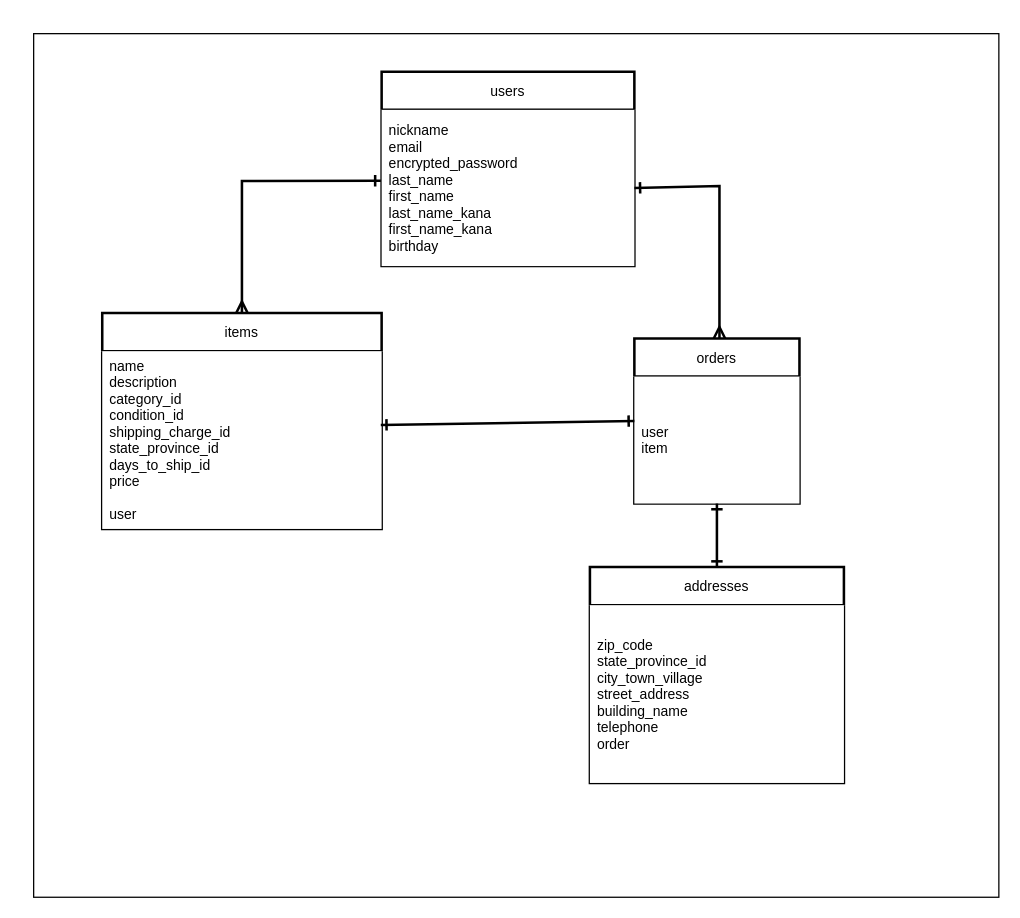
This is ER.dio from Ch1HIrO3/furima-40226, a draw.io file, before an edit. Source tidied: cells renumbered, new cells numbered last; positions are measured from the earlier drawing's top-left corner, leaving out a move shared by most shapes. Both pictures are drawn from the tidied source at 127%, with x=0, y=0 at pixel (33, 33).
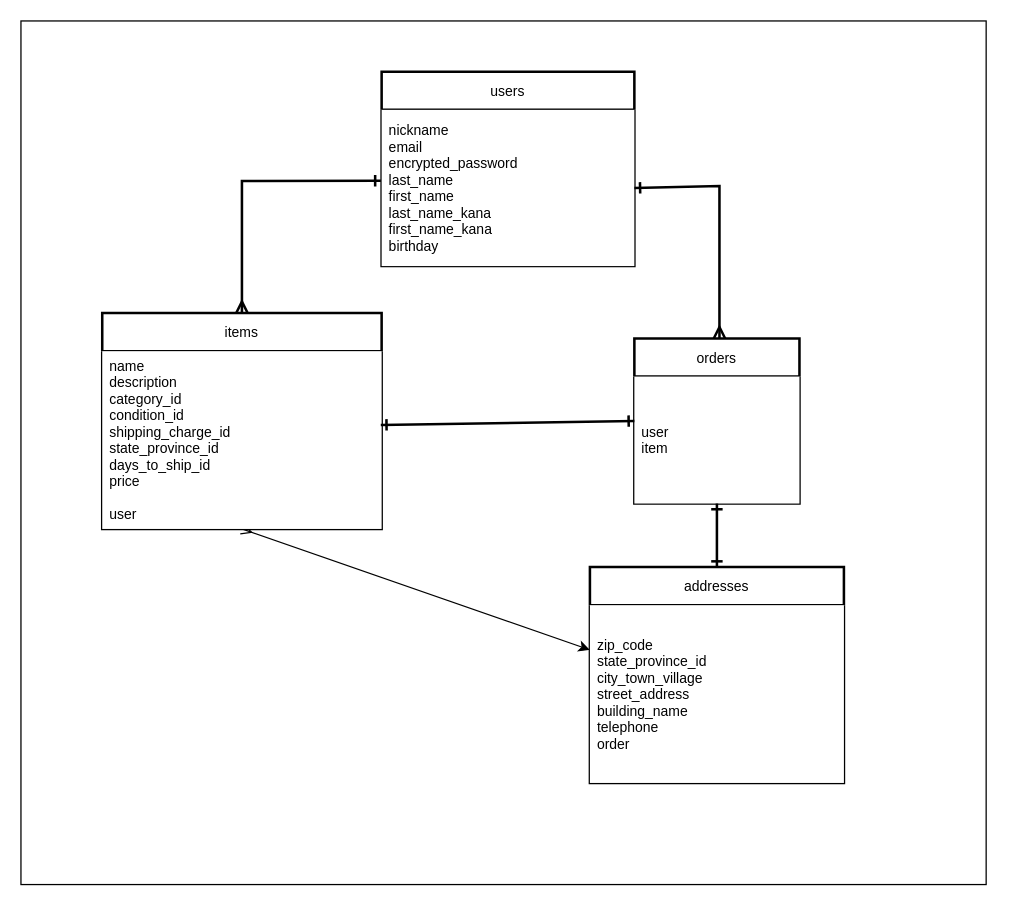
Above is the later version.

Change to the diagram source:
```diff
@@
 <mxGraphModel>
   <root>
     <mxCell id="0" />
     <mxCell id="1" parent="0" />
     <mxCell id="2" style="rounded=0;whiteSpace=wrap;html=1;labelBackgroundColor=none;labelBorderColor=none;strokeColor=default;fontSize=11;fontColor=default;fillColor=#FFFFFF;" parent="1" vertex="1">
-      <mxGeometry width="760" height="680" as="geometry" />
+      <mxGeometry x="-10" y="-10" width="760" height="680" as="geometry" />
     </mxCell>
     <mxCell id="3" value="users" style="swimlane;horizontal=1;startSize=30;rounded=0;fontSize=11;fontStyle=0;strokeWidth=2;shadow=0;dashed=0;align=center;labelBackgroundColor=none;labelBorderColor=none;" parent="1" vertex="1">
       <mxGeometry x="274" y="30" width="199" height="153" as="geometry" />
     </mxCell>
     <mxCell id="4" value="nickname&#10;email&#10;encrypted_password&#10;last_name&#10;first_name&#10;last_name_kana&#10;first_name_kana&#10;birthday" style="align=left;spacingLeft=4;fontSize=11;verticalAlign=middle;horizontal=1;labelBackgroundColor=none;labelBorderColor=none;rounded=0;strokeColor=none;" parent="3" vertex="1">
       <mxGeometry y="30" width="199" height="123" as="geometry" />
     </mxCell>
     <mxCell id="5" style="edgeStyle=none;html=1;exitX=0.5;exitY=0;exitDx=0;exitDy=0;fontSize=11;entryX=-0.003;entryY=0.454;entryDx=0;entryDy=0;entryPerimeter=0;endArrow=ERone;endFill=0;strokeWidth=2;startArrow=ERmany;startFill=0;labelBackgroundColor=#000000;fontColor=default;labelBorderColor=none;rounded=0;strokeColor=#000000;" parent="1" edge="1" source="6" target="4">
       <mxGeometry relative="1" as="geometry">
         <Array as="points">
           <mxPoint x="164" y="116" />
         </Array>
       </mxGeometry>
     </mxCell>
+    <mxCell id="15" style="edgeStyle=none;html=1;exitX=0.5;exitY=1;exitDx=0;exitDy=0;startArrow=ERmany;startFill=0;" parent="1" edge="1" source="6" target="12">
+      <mxGeometry relative="1" as="geometry" />
+    </mxCell>
     <mxCell id="6" value="items" style="swimlane;horizontal=1;startSize=30;rounded=0;fontSize=11;fontStyle=0;strokeWidth=2;shadow=0;dashed=0;align=center;labelBackgroundColor=none;labelBorderColor=none;" parent="1" vertex="1">
       <mxGeometry x="54" y="220" width="220" height="170" as="geometry" />
     </mxCell>
     <mxCell id="7" value="name&#10;description&#10;category_id&#10;condition_id&#10;shipping_charge_id&#10;state_province_id&#10;days_to_ship_id&#10;price&#10;&#10;user" style="align=left;spacingLeft=4;fontSize=11;verticalAlign=middle;horizontal=1;labelBackgroundColor=none;labelBorderColor=none;rounded=0;strokeColor=none;" parent="6" vertex="1">
       <mxGeometry y="30" width="220" height="140" as="geometry" />
     </mxCell>
     <mxCell id="8" value="orders" style="swimlane;horizontal=1;startSize=30;rounded=0;fontSize=11;fontStyle=0;strokeWidth=2;shadow=0;dashed=0;align=center;labelBackgroundColor=none;labelBorderColor=none;" parent="1" vertex="1">
       <mxGeometry x="473" y="240" width="130" height="130" as="geometry" />
     </mxCell>
     <mxCell id="9" value="user&#10;item" style="align=left;spacingLeft=4;fontSize=11;verticalAlign=middle;horizontal=1;labelBackgroundColor=none;labelBorderColor=none;rounded=0;strokeColor=none;fontColor=default;" parent="8" vertex="1">
       <mxGeometry y="30" width="130" height="100" as="geometry" />
     </mxCell>
     <mxCell id="10" style="edgeStyle=none;html=1;exitX=0.997;exitY=0.415;exitDx=0;exitDy=0;strokeWidth=2;fontSize=11;startArrow=ERone;startFill=0;endArrow=ERone;endFill=0;labelBackgroundColor=#000000;fontColor=default;labelBorderColor=none;rounded=0;strokeColor=#000000;entryX=0;entryY=0.5;entryDx=0;entryDy=0;exitPerimeter=0;" parent="1" edge="1" source="7" target="8">
       <mxGeometry relative="1" as="geometry" />
     </mxCell>
     <mxCell id="11" value="addresses" style="swimlane;horizontal=1;startSize=30;rounded=0;fontSize=11;fontStyle=0;strokeWidth=2;shadow=0;dashed=0;align=center;labelBackgroundColor=none;labelBorderColor=none;" parent="1" vertex="1">
       <mxGeometry x="438" y="420" width="200" height="170" as="geometry" />
     </mxCell>
     <mxCell id="12" value="zip_code&#10;state_province_id&#10;city_town_village&#10;street_address&#10;building_name&#10;telephone&#10;order" style="align=left;spacingLeft=4;fontSize=11;verticalAlign=middle;horizontal=1;labelBackgroundColor=none;labelBorderColor=none;rounded=0;strokeColor=none;fontColor=default;" parent="11" vertex="1">
       <mxGeometry y="30" width="200" height="140" as="geometry" />
     </mxCell>
     <mxCell id="13" style="edgeStyle=none;html=1;exitX=0.5;exitY=0;exitDx=0;exitDy=0;fontSize=11;entryX=1;entryY=0.5;entryDx=0;entryDy=0;endArrow=ERone;endFill=0;strokeWidth=2;startArrow=ERmany;startFill=0;labelBackgroundColor=#000000;fontColor=default;labelBorderColor=none;rounded=0;strokeColor=#000000;" parent="1" edge="1" target="4">
       <mxGeometry relative="1" as="geometry">
         <mxPoint x="540" y="240" as="sourcePoint" />
         <Array as="points">
           <mxPoint x="540" y="120" />
         </Array>
       </mxGeometry>
     </mxCell>
     <mxCell id="14" style="edgeStyle=none;html=1;exitX=0.5;exitY=0;exitDx=0;exitDy=0;strokeWidth=2;fontSize=11;startArrow=ERone;startFill=0;endArrow=ERone;endFill=0;labelBackgroundColor=#000000;fontColor=default;labelBorderColor=none;rounded=0;strokeColor=#000000;entryX=0.5;entryY=1;entryDx=0;entryDy=0;" parent="1" edge="1" source="11" target="9">
       <mxGeometry relative="1" as="geometry" />
     </mxCell>
   </root>
 </mxGraphModel>
```
